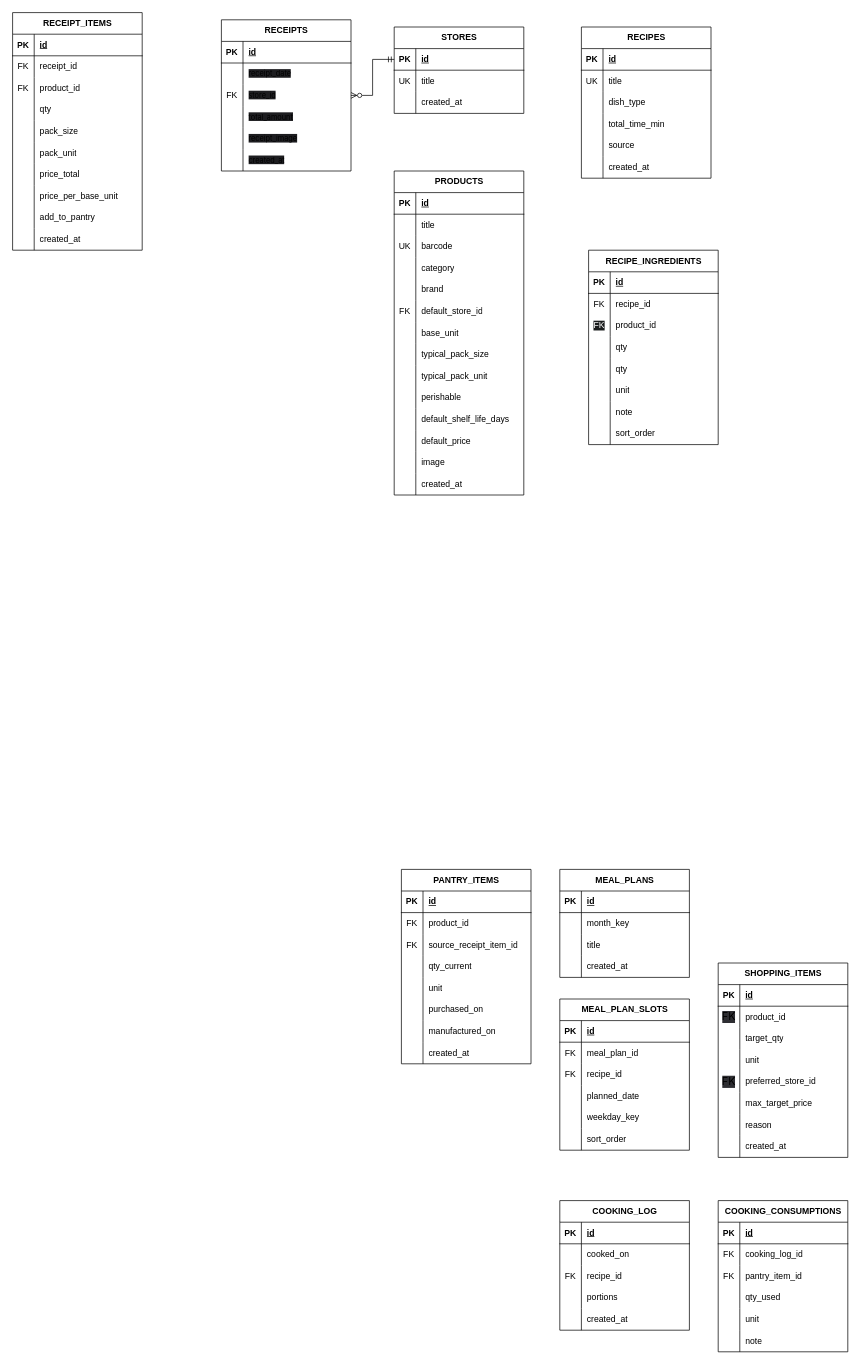
This is Projects/Еда/Docs/Диаграмма без названия.drawio from smeryse/Knowledge-Base, a draw.io file, before an edit. Source tidied: cells renumbered, new cells numbered last; positions are measured from the earlier drawing's top-left corner, leaving out a move shared by most shapes. Both pictures are drawn from the tidied source at 72%, with x=0, y=0 at pixel (12, 12).
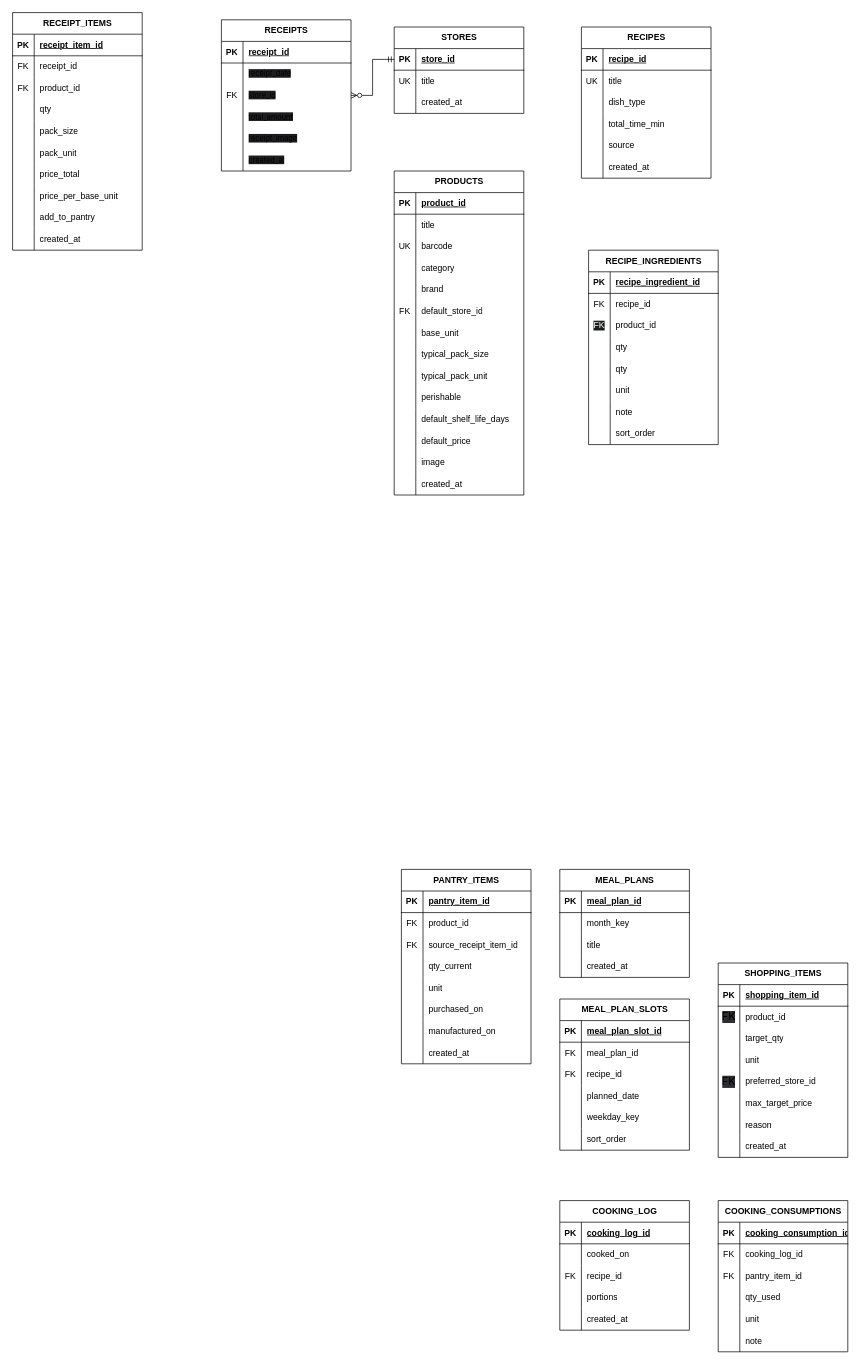
The same page after the edit.

The change refers to these unchanged cells:
```xml
<mxCell id="3" style="shape=tableRow;horizontal=0;startSize=0;swimlaneHead=0;swimlaneBody=0;fillColor=none;top=0;left=0;right=0;bottom=1;" parent="2" vertex="1">
  <mxGeometry y="30" width="180" height="30" as="geometry" />
</mxCell>
<mxCell id="22" style="shape=tableRow;horizontal=0;startSize=0;swimlaneHead=0;swimlaneBody=0;fillColor=none;top=0;left=0;right=0;bottom=1;" parent="21" vertex="1">
  <mxGeometry y="30" width="180" height="30" as="geometry" />
</mxCell>
<mxCell id="41" style="shape=tableRow;horizontal=0;startSize=0;swimlaneHead=0;swimlaneBody=0;fillColor=none;top=0;left=0;right=0;bottom=1;" parent="40" vertex="1">
  <mxGeometry y="30" width="180" height="30" as="geometry" />
</mxCell>
<mxCell id="66" style="shape=tableRow;horizontal=0;startSize=0;swimlaneHead=0;swimlaneBody=0;fillColor=none;top=0;left=0;right=0;bottom=1;" parent="65" vertex="1">
  <mxGeometry y="30" width="180" height="30" as="geometry" />
</mxCell>
<mxCell id="97" style="shape=tableRow;horizontal=0;startSize=0;swimlaneHead=0;swimlaneBody=0;fillColor=none;points=[[0,0.5],[1,0.5]];portConstraint=eastwest;top=0;left=0;right=0;bottom=1;" parent="96" vertex="1">
  <mxGeometry y="30" width="180" height="30" as="geometry" />
</mxCell>
<mxCell id="107" style="shape=tableRow;horizontal=0;startSize=0;swimlaneHead=0;swimlaneBody=0;fillColor=none;top=0;left=0;right=0;bottom=1;" parent="106" vertex="1">
  <mxGeometry y="30" width="180" height="30" as="geometry" />
</mxCell>
<mxCell id="150" style="shape=tableRow;horizontal=0;startSize=0;swimlaneHead=0;swimlaneBody=0;fillColor=none;top=0;left=0;right=0;bottom=1;" parent="149" vertex="1">
  <mxGeometry y="30" width="180" height="30" as="geometry" />
</mxCell>
<mxCell id="175" style="shape=tableRow;horizontal=0;startSize=0;swimlaneHead=0;swimlaneBody=0;fillColor=none;top=0;left=0;right=0;bottom=1;" parent="174" vertex="1">
  <mxGeometry y="30" width="180" height="30" as="geometry" />
</mxCell>
<mxCell id="188" style="shape=tableRow;horizontal=0;startSize=0;swimlaneHead=0;swimlaneBody=0;fillColor=none;top=0;left=0;right=0;bottom=1;" parent="187" vertex="1">
  <mxGeometry y="30" width="180" height="30" as="geometry" />
</mxCell>
<mxCell id="207" style="shape=tableRow;horizontal=0;startSize=0;swimlaneHead=0;swimlaneBody=0;fillColor=none;top=0;left=0;right=0;bottom=1;" parent="206" vertex="1">
  <mxGeometry y="30" width="180" height="30" as="geometry" />
</mxCell>
<mxCell id="223" style="shape=tableRow;horizontal=0;startSize=0;swimlaneHead=0;swimlaneBody=0;fillColor=none;top=0;left=0;right=0;bottom=1;" parent="222" vertex="1">
  <mxGeometry y="30" width="180" height="30" as="geometry" />
</mxCell>
<mxCell id="242" style="shape=tableRow;horizontal=0;startSize=0;swimlaneHead=0;swimlaneBody=0;fillColor=none;top=0;left=0;right=0;bottom=1;" parent="241" vertex="1">
  <mxGeometry y="30" width="180" height="30" as="geometry" />
</mxCell>
```

Diff of the diagram source:
```diff
@@
-    <mxCell id="5" value="id" style="shape=partialRectangle;fillColor=none;top=0;left=0;bottom=0;right=0;align=left;spacingLeft=6;fontStyle=5;overflow=hidden;whiteSpace=wrap;html=1;" parent="3" vertex="1">
+    <mxCell id="5" value="receipt_id" style="shape=partialRectangle;fillColor=none;top=0;left=0;bottom=0;right=0;align=left;spacingLeft=6;fontStyle=5;overflow=hidden;whiteSpace=wrap;html=1;" parent="3" vertex="1">
       <mxGeometry x="30" width="150" height="30" as="geometry" />
     </mxCell>
@@
-    <mxCell id="24" value="id" style="shape=partialRectangle;fillColor=none;top=0;left=0;bottom=0;right=0;align=left;spacingLeft=6;fontStyle=5;overflow=hidden;whiteSpace=wrap;html=1;" parent="22" vertex="1">
+    <mxCell id="24" value="recipe_id" style="shape=partialRectangle;fillColor=none;top=0;left=0;bottom=0;right=0;align=left;spacingLeft=6;fontStyle=5;overflow=hidden;whiteSpace=wrap;html=1;" parent="22" vertex="1">
       <mxGeometry x="30" width="150" height="30" as="geometry" />
     </mxCell>
@@
-    <mxCell id="43" value="id" style="shape=partialRectangle;fillColor=none;top=0;left=0;bottom=0;right=0;align=left;spacingLeft=6;fontStyle=5;overflow=hidden;whiteSpace=wrap;html=1;" parent="41" vertex="1">
+    <mxCell id="43" value="recipe_ingredient_id" style="shape=partialRectangle;fillColor=none;top=0;left=0;bottom=0;right=0;align=left;spacingLeft=6;fontStyle=5;overflow=hidden;whiteSpace=wrap;html=1;" parent="41" vertex="1">
       <mxGeometry x="30" width="150" height="30" as="geometry" />
     </mxCell>
@@
-    <mxCell id="68" value="id" style="shape=partialRectangle;fillColor=none;top=0;left=0;bottom=0;right=0;align=left;spacingLeft=6;fontStyle=5;overflow=hidden;whiteSpace=wrap;html=1;" parent="66" vertex="1">
+    <mxCell id="68" value="receipt_item_id" style="shape=partialRectangle;fillColor=none;top=0;left=0;bottom=0;right=0;align=left;spacingLeft=6;fontStyle=5;overflow=hidden;whiteSpace=wrap;html=1;" parent="66" vertex="1">
       <mxGeometry x="30" width="150" height="30" as="geometry" />
     </mxCell>
@@
-    <mxCell id="99" value="id" style="shape=partialRectangle;fillColor=none;top=0;left=0;bottom=0;right=0;align=left;spacingLeft=6;fontStyle=5;overflow=hidden;whiteSpace=wrap;html=1;" parent="97" vertex="1">
+    <mxCell id="99" value="store_id" style="shape=partialRectangle;fillColor=none;top=0;left=0;bottom=0;right=0;align=left;spacingLeft=6;fontStyle=5;overflow=hidden;whiteSpace=wrap;html=1;" parent="97" vertex="1">
       <mxGeometry x="30" width="150" height="30" as="geometry" />
     </mxCell>
@@
-    <mxCell id="109" value="id" style="shape=partialRectangle;fillColor=none;top=0;left=0;bottom=0;right=0;align=left;spacingLeft=6;fontStyle=5;overflow=hidden;whiteSpace=wrap;html=1;" parent="107" vertex="1">
+    <mxCell id="109" value="product_id" style="shape=partialRectangle;fillColor=none;top=0;left=0;bottom=0;right=0;align=left;spacingLeft=6;fontStyle=5;overflow=hidden;whiteSpace=wrap;html=1;" parent="107" vertex="1">
       <mxGeometry x="30" width="150" height="30" as="geometry" />
     </mxCell>
@@
-    <mxCell id="152" value="id" style="shape=partialRectangle;fillColor=none;top=0;left=0;bottom=0;right=0;align=left;spacingLeft=6;fontStyle=5;overflow=hidden;whiteSpace=wrap;html=1;" parent="150" vertex="1">
+    <mxCell id="152" value="pantry_item_id" style="shape=partialRectangle;fillColor=none;top=0;left=0;bottom=0;right=0;align=left;spacingLeft=6;fontStyle=5;overflow=hidden;whiteSpace=wrap;html=1;" parent="150" vertex="1">
       <mxGeometry x="30" width="150" height="30" as="geometry" />
     </mxCell>
@@
-    <mxCell id="177" value="id" style="shape=partialRectangle;fillColor=none;top=0;left=0;bottom=0;right=0;align=left;spacingLeft=6;fontStyle=5;overflow=hidden;whiteSpace=wrap;html=1;" parent="175" vertex="1">
+    <mxCell id="177" value="meal_plan_id" style="shape=partialRectangle;fillColor=none;top=0;left=0;bottom=0;right=0;align=left;spacingLeft=6;fontStyle=5;overflow=hidden;whiteSpace=wrap;html=1;" parent="175" vertex="1">
       <mxGeometry x="30" width="150" height="30" as="geometry" />
     </mxCell>
@@
-    <mxCell id="190" value="id" style="shape=partialRectangle;fillColor=none;top=0;left=0;bottom=0;right=0;align=left;spacingLeft=6;fontStyle=5;overflow=hidden;whiteSpace=wrap;html=1;" parent="188" vertex="1">
+    <mxCell id="190" value="meal_plan_slot_id" style="shape=partialRectangle;fillColor=none;top=0;left=0;bottom=0;right=0;align=left;spacingLeft=6;fontStyle=5;overflow=hidden;whiteSpace=wrap;html=1;" parent="188" vertex="1">
       <mxGeometry x="30" width="150" height="30" as="geometry" />
     </mxCell>
@@
-    <mxCell id="209" value="id" style="shape=partialRectangle;fillColor=none;top=0;left=0;bottom=0;right=0;align=left;spacingLeft=6;fontStyle=5;overflow=hidden;whiteSpace=wrap;html=1;" parent="207" vertex="1">
+    <mxCell id="209" value="cooking_log_id" style="shape=partialRectangle;fillColor=none;top=0;left=0;bottom=0;right=0;align=left;spacingLeft=6;fontStyle=5;overflow=hidden;whiteSpace=wrap;html=1;" parent="207" vertex="1">
       <mxGeometry x="30" width="150" height="30" as="geometry" />
     </mxCell>
@@
-    <mxCell id="225" value="id" style="shape=partialRectangle;fillColor=none;top=0;left=0;bottom=0;right=0;align=left;spacingLeft=6;fontStyle=5;overflow=hidden;whiteSpace=wrap;html=1;" parent="223" vertex="1">
+    <mxCell id="225" value="cooking_consumption_id" style="shape=partialRectangle;fillColor=none;top=0;left=0;bottom=0;right=0;align=left;spacingLeft=6;fontStyle=5;overflow=hidden;whiteSpace=wrap;html=1;" parent="223" vertex="1">
       <mxGeometry x="30" width="150" height="30" as="geometry" />
     </mxCell>
@@
-    <mxCell id="244" value="id" style="shape=partialRectangle;fillColor=none;top=0;left=0;bottom=0;right=0;align=left;spacingLeft=6;fontStyle=5;overflow=hidden;whiteSpace=wrap;html=1;" parent="242" vertex="1">
+    <mxCell id="244" value="shopping_item_id" style="shape=partialRectangle;fillColor=none;top=0;left=0;bottom=0;right=0;align=left;spacingLeft=6;fontStyle=5;overflow=hidden;whiteSpace=wrap;html=1;" parent="242" vertex="1">
       <mxGeometry x="30" width="150" height="30" as="geometry" />
     </mxCell>
```
